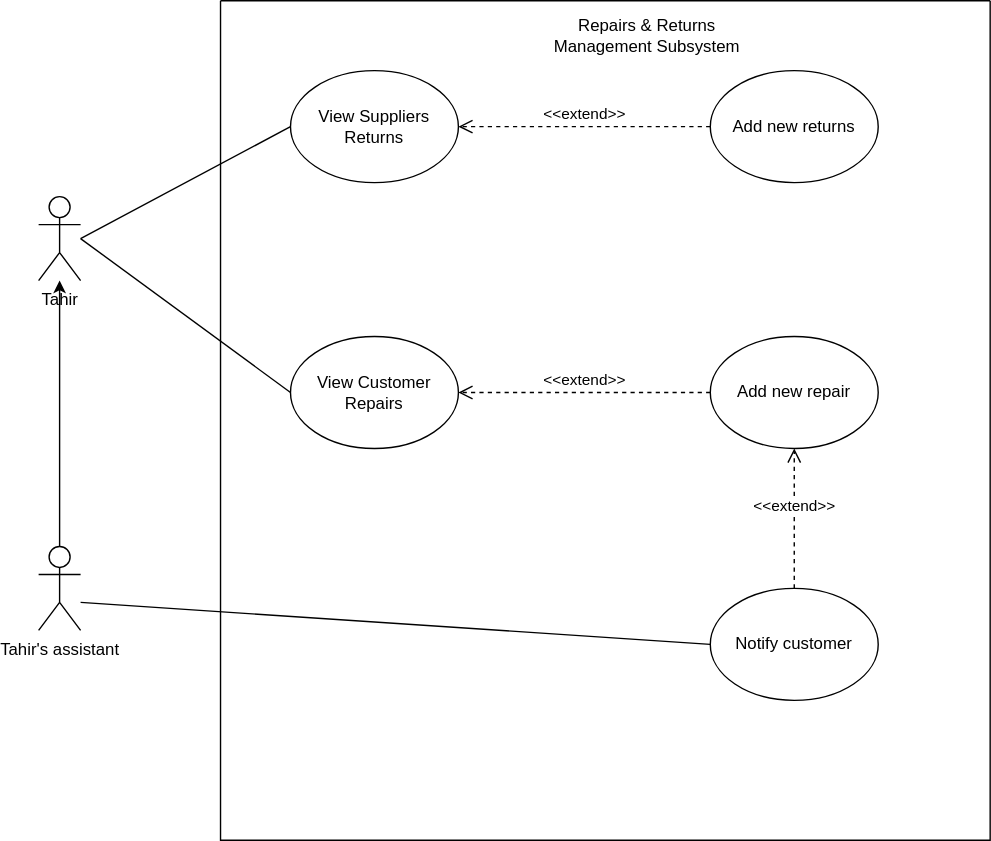
Above: Repairs and Damages.drawio.svg in Simamkele88/IFM3_GP (draw.io), before the change. Source tidied: cells renumbered, new cells last; positions are measured from the earlier drawing's top-left corner, leaving out a move shared by most shapes.
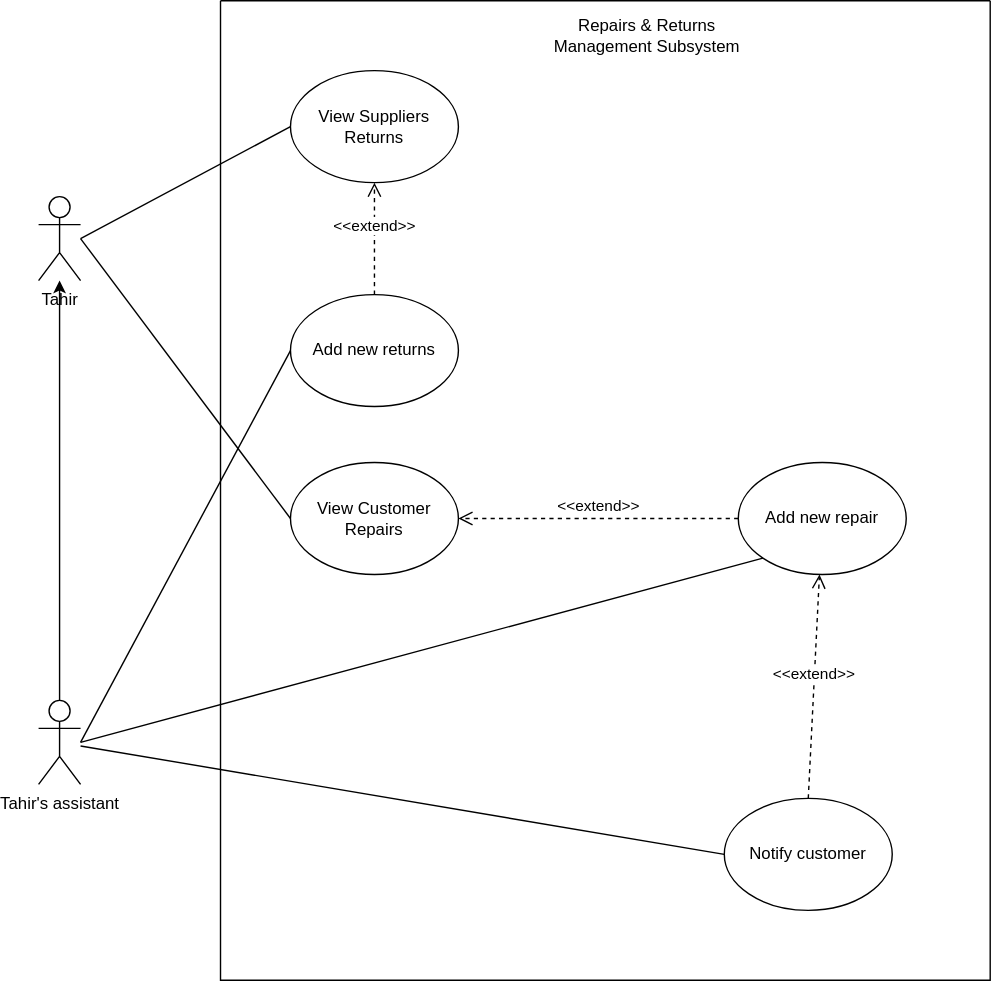
After the change.

What changed in the source:
```diff
@@ -3,7 +3,7 @@
     <mxCell id="0" />
     <mxCell id="1" parent="0" />
     <mxCell id="2" style="swimlane;startSize=0;" parent="1" vertex="1">
-      <mxGeometry x="130" width="550" height="600" as="geometry" />
+      <mxGeometry x="130" width="550" height="700" as="geometry" />
     </mxCell>
     <mxCell id="3" value="Repairs &amp;amp; Returns Management Subsystem" style="text;html=1;align=center;verticalAlign=middle;whiteSpace=wrap;rounded=0;" parent="2" vertex="1">
       <mxGeometry x="230" y="10" width="150" height="30" as="geometry" />
@@ -12,16 +12,16 @@
       <mxGeometry x="50" y="50" width="120" height="80" as="geometry" />
     </mxCell>
     <mxCell id="5" value="Add new returns" style="ellipse;whiteSpace=wrap;html=1;" parent="2" vertex="1">
-      <mxGeometry x="350" y="50" width="120" height="80" as="geometry" />
+      <mxGeometry x="50" y="210" width="120" height="80" as="geometry" />
     </mxCell>
     <mxCell id="6" value="Add new repair" style="ellipse;whiteSpace=wrap;html=1;" parent="2" vertex="1">
-      <mxGeometry x="350" y="240" width="120" height="80" as="geometry" />
+      <mxGeometry x="370" y="330" width="120" height="80" as="geometry" />
     </mxCell>
     <mxCell id="7" value="View Customer&lt;div&gt;Repairs&lt;/div&gt;" style="ellipse;whiteSpace=wrap;html=1;" parent="2" vertex="1">
-      <mxGeometry x="50" y="240" width="120" height="80" as="geometry" />
+      <mxGeometry x="50" y="330" width="120" height="80" as="geometry" />
     </mxCell>
     <mxCell id="8" value="Notify customer" style="ellipse;whiteSpace=wrap;html=1;" parent="2" vertex="1">
-      <mxGeometry x="350" y="420" width="120" height="80" as="geometry" />
+      <mxGeometry x="360" y="570" width="120" height="80" as="geometry" />
     </mxCell>
     <mxCell id="9" value="&amp;lt;&amp;lt;extend&amp;gt;&amp;gt;" style="html=1;verticalAlign=bottom;endArrow=open;dashed=1;endSize=8;curved=0;rounded=0;exitX=0.5;exitY=0;exitDx=0;exitDy=0;" parent="2" edge="1" source="8" target="6">
       <mxGeometry relative="1" as="geometry" />
@@ -29,7 +29,7 @@
     <mxCell id="10" value="&amp;lt;&amp;lt;extend&amp;gt;&amp;gt;" style="html=1;verticalAlign=bottom;endArrow=open;dashed=1;endSize=8;curved=0;rounded=0;entryX=1;entryY=0.5;entryDx=0;entryDy=0;exitX=0;exitY=0.5;exitDx=0;exitDy=0;" parent="2" edge="1" source="6" target="7">
       <mxGeometry relative="1" as="geometry" />
     </mxCell>
-    <mxCell id="11" value="&amp;lt;&amp;lt;extend&amp;gt;&amp;gt;" style="html=1;verticalAlign=bottom;endArrow=open;dashed=1;endSize=8;curved=0;rounded=0;exitX=0;exitY=0.5;exitDx=0;exitDy=0;entryX=1;entryY=0.5;entryDx=0;entryDy=0;" parent="2" edge="1" source="5" target="4">
+    <mxCell id="11" value="&amp;lt;&amp;lt;extend&amp;gt;&amp;gt;" style="html=1;verticalAlign=bottom;endArrow=open;dashed=1;endSize=8;curved=0;rounded=0;exitX=0.5;exitY=0;exitDx=0;exitDy=0;entryX=0.5;entryY=1;entryDx=0;entryDy=0;" parent="2" edge="1" source="5" target="4">
       <mxGeometry relative="1" as="geometry" />
     </mxCell>
     <mxCell id="12" value="Tahir" style="shape=umlActor;verticalLabelPosition=bottom;verticalAlign=top;html=1;outlineConnect=0;" parent="1" vertex="1">
@@ -39,22 +39,30 @@
       <mxGeometry relative="1" as="geometry" />
     </mxCell>
     <mxCell id="14" value="Tahir's assistant" style="shape=umlActor;verticalLabelPosition=bottom;verticalAlign=top;html=1;outlineConnect=0;" parent="1" vertex="1">
-      <mxGeometry y="390" width="30" height="60" as="geometry" />
+      <mxGeometry y="500" width="30" height="60" as="geometry" />
     </mxCell>
     <mxCell id="15" style="endArrow=none;html=1;rounded=0;entryX=0;entryY=0.5;entryDx=0;entryDy=0;" parent="1" edge="1" target="7">
       <mxGeometry relative="1" as="geometry">
         <mxPoint x="30" y="170" as="sourcePoint" />
       </mxGeometry>
     </mxCell>
-    <mxCell id="16" style="endArrow=none;html=1;rounded=0;entryX=0;entryY=0.5;entryDx=0;entryDy=0;" parent="1" edge="1" target="8">
-      <mxGeometry relative="1" as="geometry">
-        <mxPoint x="30" y="430" as="sourcePoint" />
-      </mxGeometry>
+    <mxCell id="16" style="endArrow=none;html=1;rounded=0;entryX=0;entryY=0.5;entryDx=0;entryDy=0;" parent="1" edge="1" source="14" target="8">
+      <mxGeometry relative="1" as="geometry" />
     </mxCell>
     <mxCell id="17" style="endArrow=none;html=1;rounded=0;entryX=0;entryY=0.5;entryDx=0;entryDy=0;" parent="1" edge="1" target="4">
       <mxGeometry relative="1" as="geometry">
         <mxPoint x="30" y="170" as="sourcePoint" />
       </mxGeometry>
     </mxCell>
+    <mxCell id="18" style="endArrow=none;html=1;rounded=0;entryX=0;entryY=1;entryDx=0;entryDy=0;" parent="1" edge="1" target="6">
+      <mxGeometry relative="1" as="geometry">
+        <mxPoint x="30" y="530" as="sourcePoint" />
+      </mxGeometry>
+    </mxCell>
+    <mxCell id="19" style="endArrow=none;html=1;rounded=0;entryX=0;entryY=0.5;entryDx=0;entryDy=0;" parent="1" edge="1" target="5">
+      <mxGeometry relative="1" as="geometry">
+        <mxPoint x="30" y="530" as="sourcePoint" />
+      </mxGeometry>
+    </mxCell>
   </root>
 </mxGraphModel>
```
